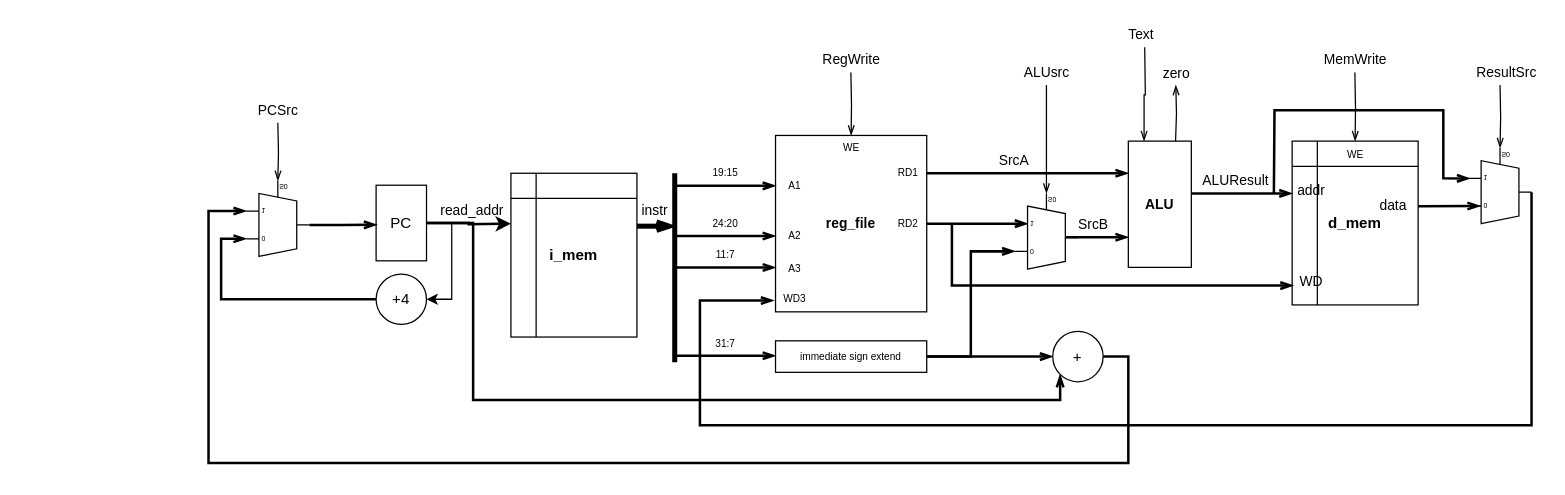
T-Szymk/FRiscV keeps this draw.io diagram as doc/architecture.drawio. Above is the earlier version. Source tidied: cells renumbered, new cells numbered last; positions are measured from the earlier drawing's top-left corner, leaving out a move shared by most shapes. Both pictures are drawn from the tidied source at 126%, with x=0, y=0 at pixel (208, 21).
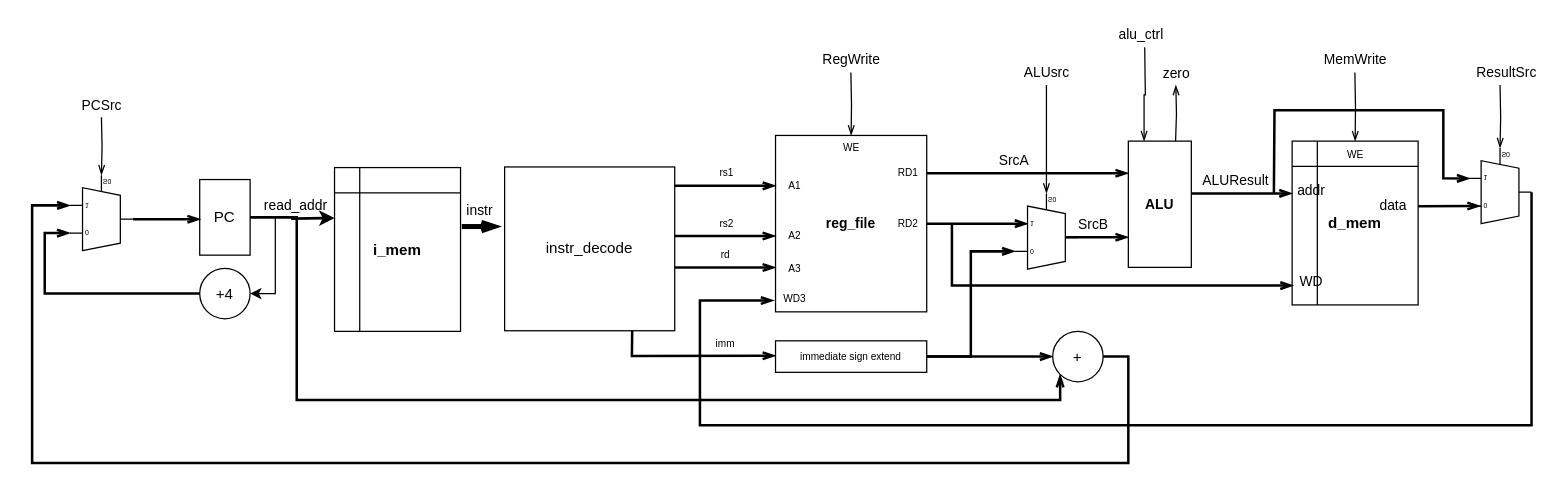
The same diagram, later.

Commit message (it also covers changes not shown here):
added decoding spreadsheet, decode module, updated top to include instr_decode

The change refers to these unchanged cells:
```xml
<mxCell id="60" value="+" style="ellipse;whiteSpace=wrap;html=1;" parent="1" vertex="1">
  <mxGeometry x="670" y="245.5" width="40" height="40" as="geometry" />
</mxCell>
```

Change to the diagram source:
```diff
@@
     <mxCell id="2" value="&lt;b&gt;i_mem&lt;/b&gt;" style="shape=internalStorage;whiteSpace=wrap;html=1;backgroundOutline=1;" parent="1" vertex="1">
-      <mxGeometry x="240" y="120" width="100" height="130" as="geometry" />
+      <mxGeometry x="100" y="115.5" width="100" height="130" as="geometry" />
     </mxCell>
@@
     <mxCell id="5" value="read_addr" style="edgeStyle=orthogonalEdgeStyle;rounded=0;jettySize=auto;html=1;exitX=1;exitY=0.5;exitDx=0;exitDy=0;labelBackgroundColor=none;strokeWidth=2;" parent="1" edge="1" source="8">
       <mxGeometry x="0.1" y="10" relative="1" as="geometry">
-        <mxPoint x="240" y="160" as="targetPoint" />
+        <mxPoint x="100" y="155.5" as="targetPoint" />
       </mxGeometry>
     </mxCell>
@@
     <mxCell id="7" style="edgeStyle=orthogonalEdgeStyle;rounded=0;jettySize=auto;html=1;exitX=1;exitY=0.5;exitDx=0;exitDy=0;entryX=0;entryY=1;entryDx=0;entryDy=0;labelBackgroundColor=none;fontSize=11;startArrow=none;startFill=0;endArrow=openThin;endFill=0;strokeWidth=2;" parent="1" edge="1" source="8" target="60">
       <mxGeometry relative="1" as="geometry">
         <Array as="points">
-          <mxPoint x="210" y="160" />
-          <mxPoint x="210" y="300" />
+          <mxPoint x="70" y="155" />
+          <mxPoint x="70" y="300" />
           <mxPoint x="676" y="300" />
         </Array>
       </mxGeometry>
     </mxCell>
     <mxCell id="8" value="PC" style="rounded=0;whiteSpace=wrap;html=1;" parent="1" vertex="1">
-      <mxGeometry x="133" y="129.5" width="40" height="60" as="geometry" />
+      <mxGeometry x="-7" y="125" width="40" height="60" as="geometry" />
     </mxCell>
     <mxCell id="9" style="edgeStyle=orthogonalEdgeStyle;rounded=0;jettySize=auto;html=1;exitX=0;exitY=0.5;exitDx=0;exitDy=0;entryX=0;entryY=0.18333333333333332;entryDx=0;entryDy=3;entryPerimeter=0;endArrow=openThin;endFill=0;strokeWidth=2;" parent="1" edge="1" source="10" target="63">
       <mxGeometry relative="1" as="geometry">
         <Array as="points">
-          <mxPoint x="10" y="220" />
-          <mxPoint x="10" y="172" />
+          <mxPoint x="-130" y="215.5" />
+          <mxPoint x="-130" y="167.5" />
         </Array>
       </mxGeometry>
     </mxCell>
     <mxCell id="10" value="+4" style="ellipse;whiteSpace=wrap;html=1;" parent="1" vertex="1">
-      <mxGeometry x="133" y="200" width="40" height="40" as="geometry" />
+      <mxGeometry x="-7" y="195.5" width="40" height="40" as="geometry" />
     </mxCell>
@@
-    <mxCell id="13" style="endArrow=none;html=1;rounded=0;labelBackgroundColor=none;fontSize=19;strokeWidth=4;" parent="1" edge="1">
-      <mxGeometry relative="1" as="geometry">
-        <mxPoint x="370" y="270" as="sourcePoint" />
-        <mxPoint x="370" y="120" as="targetPoint" />
-      </mxGeometry>
-    </mxCell>
     <mxCell id="14" style="endArrow=none;html=1;rounded=0;labelBackgroundColor=none;fontSize=19;strokeWidth=4;startArrow=openThin;startFill=0;" parent="1" edge="1">
       <mxGeometry relative="1" as="geometry">
-        <mxPoint x="370" y="162" as="sourcePoint" />
-        <mxPoint x="340" y="162" as="targetPoint" />
+        <mxPoint x="231" y="162.3" as="sourcePoint" />
+        <mxPoint x="201" y="162.3" as="targetPoint" />
       </mxGeometry>
     </mxCell>
     <mxCell id="15" value="instr" style="text;html=1;align=center;verticalAlign=middle;strokeColor=none;fillColor=none;fontSize=11;" parent="1" vertex="1">
-      <mxGeometry x="334" y="140" width="40" height="20" as="geometry" />
+      <mxGeometry x="195" y="140.3" width="40" height="20" as="geometry" />
     </mxCell>
@@
-    <mxCell id="17" value="19:15" style="text;html=1;align=center;verticalAlign=middle;strokeColor=none;fillColor=none;fontSize=8;" parent="1" vertex="1">
-      <mxGeometry x="390" y="110" width="40" height="20" as="geometry" />
+    <mxCell id="17" value="rs1" style="text;html=1;align=center;verticalAlign=middle;strokeColor=none;fillColor=none;fontSize=8;" parent="1" vertex="1">
+      <mxGeometry x="398" y="110" width="25" height="20" as="geometry" />
     </mxCell>
@@
-    <mxCell id="19" value="24:20" style="text;html=1;align=center;verticalAlign=middle;strokeColor=none;fillColor=none;fontSize=8;" parent="1" vertex="1">
-      <mxGeometry x="390" y="149.8" width="40" height="20" as="geometry" />
+    <mxCell id="19" value="rs2" style="text;html=1;align=center;verticalAlign=middle;strokeColor=none;fillColor=none;fontSize=8;" parent="1" vertex="1">
+      <mxGeometry x="398" y="149.8" width="25" height="20" as="geometry" />
     </mxCell>
@@
-    <mxCell id="21" value="11:7" style="text;html=1;align=center;verticalAlign=middle;strokeColor=none;fillColor=none;fontSize=8;" parent="1" vertex="1">
-      <mxGeometry x="395" y="174.8" width="30" height="20" as="geometry" />
+    <mxCell id="21" value="rd" style="text;html=1;align=center;verticalAlign=middle;strokeColor=none;fillColor=none;fontSize=8;" parent="1" vertex="1">
+      <mxGeometry x="400" y="174.8" width="20" height="20" as="geometry" />
     </mxCell>
-    <mxCell id="22" style="endArrow=none;html=1;rounded=0;labelBackgroundColor=none;fontSize=11;strokeWidth=2;entryX=0.999;entryY=0.321;entryDx=0;entryDy=0;entryPerimeter=0;startArrow=openThin;startFill=0;" parent="1" edge="1">
+    <mxCell id="22" style="endArrow=none;html=1;rounded=0;labelBackgroundColor=none;fontSize=11;strokeWidth=2;entryX=0.75;entryY=1;entryDx=0;entryDy=0;startArrow=openThin;startFill=0;" parent="1" edge="1" target="68">
       <mxGeometry relative="1" as="geometry">
         <mxPoint x="450" y="264.8" as="sourcePoint" />
-        <mxPoint x="369.9" y="264.8" as="targetPoint" />
+        <Array as="points">
+          <mxPoint x="336" y="265" />
+        </Array>
       </mxGeometry>
     </mxCell>
-    <mxCell id="23" value="31:7" style="text;html=1;align=center;verticalAlign=middle;strokeColor=none;fillColor=none;fontSize=8;" parent="1" vertex="1">
+    <mxCell id="23" value="imm" style="text;html=1;align=center;verticalAlign=middle;strokeColor=none;fillColor=none;fontSize=8;" parent="1" vertex="1">
       <mxGeometry x="395" y="244.8" width="30" height="20" as="geometry" />
     </mxCell>
@@
     <mxCell id="59" style="edgeStyle=orthogonalEdgeStyle;rounded=0;jettySize=auto;html=1;exitX=1;exitY=0.5;exitDx=0;exitDy=0;entryX=0;entryY=0.5499999999999999;entryDx=0;entryDy=3;entryPerimeter=0;labelBackgroundColor=none;fontSize=11;startArrow=none;startFill=0;endArrow=openThin;endFill=0;strokeWidth=2;" parent="1" edge="1" source="60" target="63">
       <mxGeometry relative="1" as="geometry">
         <Array as="points">
           <mxPoint x="730" y="266" />
           <mxPoint x="730" y="350" />
-          <mxPoint y="350" />
-          <mxPoint y="150" />
+          <mxPoint x="-140" y="350" />
+          <mxPoint x="-140" y="146" />
+          <mxPoint x="-110" y="146" />
         </Array>
       </mxGeometry>
     </mxCell>
@@
     <mxCell id="62" style="edgeStyle=orthogonalEdgeStyle;rounded=0;jettySize=auto;html=1;exitX=0.3;exitY=1;exitDx=10;exitDy=0;exitPerimeter=0;labelBackgroundColor=none;fontSize=11;startArrow=none;startFill=0;endArrow=openThin;endFill=0;strokeWidth=1;entryX=0.3;entryY=1;entryDx=10;entryDy=0;entryPerimeter=0;" parent="1" edge="1" target="63">
       <mxGeometry relative="1" as="geometry">
-        <mxPoint x="55" y="80" as="sourcePoint" />
+        <mxPoint x="-85" y="75.5" as="sourcePoint" />
       </mxGeometry>
     </mxCell>
     <mxCell id="63" style="shadow=0;dashed=0;align=center;html=1;strokeWidth=1;shape=mxgraph.electrical.abstract.mux2;fontSize=11;flipV=1;noLabel=0;movableLabel=1;" parent="1" vertex="1">
-      <mxGeometry x="30" y="126" width="50" height="60" as="geometry" />
+      <mxGeometry x="-110" y="121.5" width="50" height="60" as="geometry" />
     </mxCell>
     <mxCell id="64" value="PCSrc" style="text;html=1;align=center;verticalAlign=middle;strokeColor=none;fillColor=none;fontSize=11;" parent="1" vertex="1">
-      <mxGeometry x="30" y="60" width="50" height="20" as="geometry" />
+      <mxGeometry x="-110" y="55.5" width="50" height="20" as="geometry" />
     </mxCell>
@@
-    <mxCell id="67" value="Text" style="text;html=1;align=center;verticalAlign=middle;strokeColor=none;fillColor=none;fontSize=11;" parent="1" vertex="1">
-      <mxGeometry x="720" width="40" height="20" as="geometry" />
+    <mxCell id="67" value="alu_ctrl" style="text;html=1;align=center;verticalAlign=middle;strokeColor=none;fillColor=none;fontSize=11;" parent="1" vertex="1">
+      <mxGeometry x="715" width="50" height="20" as="geometry" />
     </mxCell>
+    <mxCell id="68" value="instr_decode" style="rounded=0;whiteSpace=wrap;html=1;" parent="1" vertex="1">
+      <mxGeometry x="235" y="115" width="135" height="130" as="geometry" />
+    </mxCell>
```
